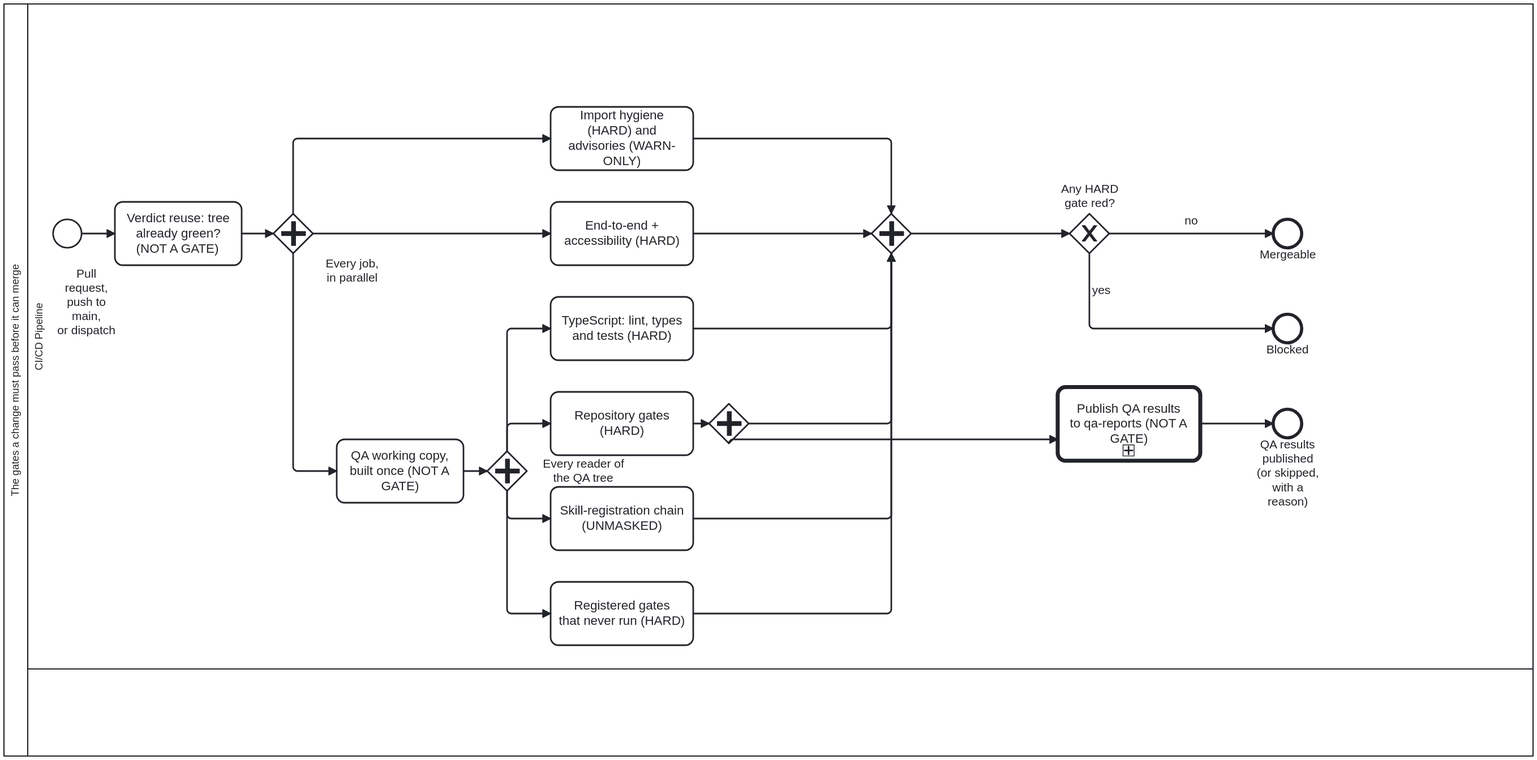
This is docs/assets/img/workflows/code-quality-gates.svg from litlfred/cat-harness, a BPMN export, as it was before one commit. Its source is kept beside it as processes/sdlc/code-quality-gates.bpmn. Ids are renumbered.
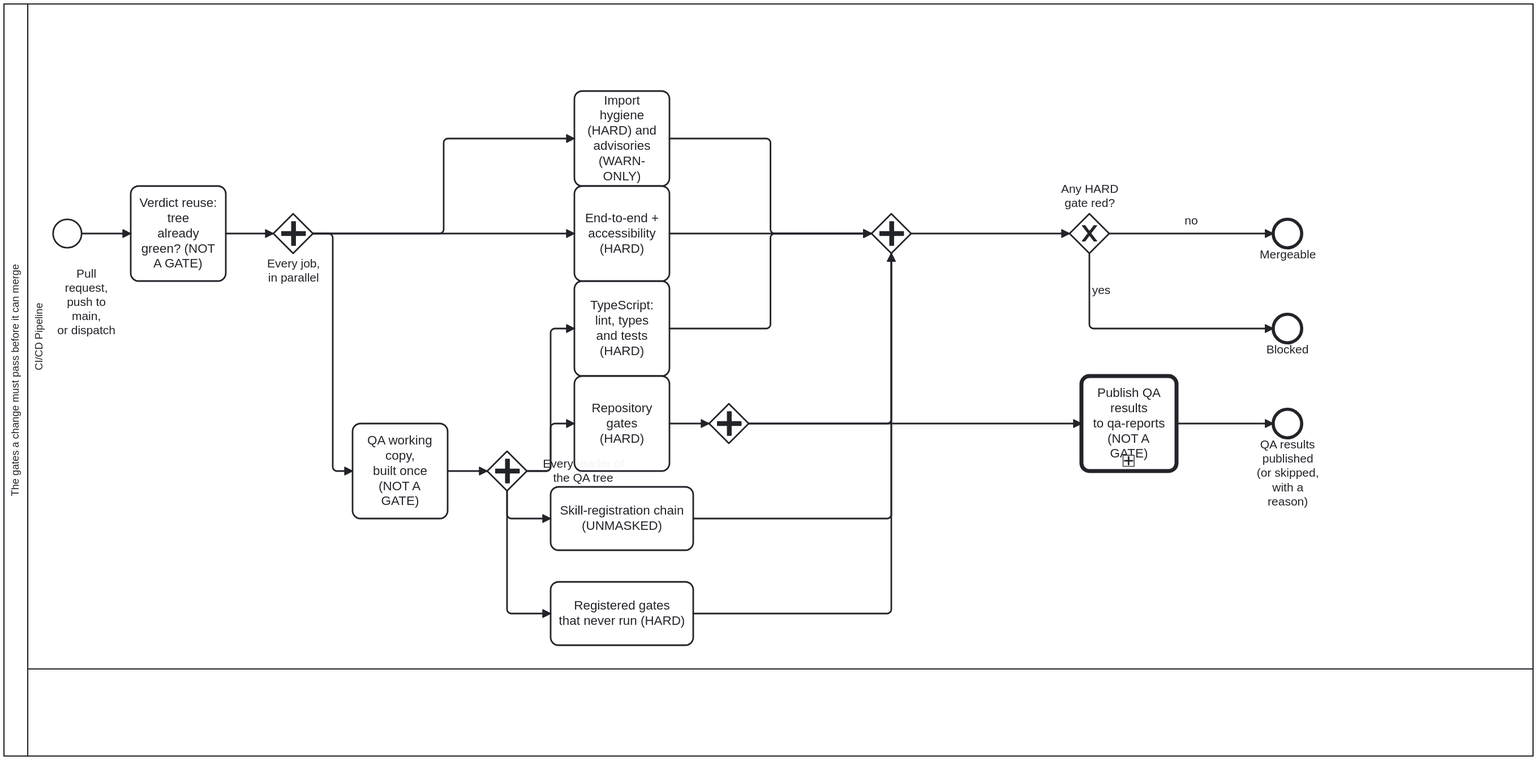
The same diagram one commit later.

Change to the diagram source:
```diff
@@ -202,35 +202,38 @@
       </bpmndi:BPMNShape>
       <bpmndi:BPMNShape id="Shape_Start_Change" bpmnElement="Start_Change">
         <dc:Bounds x="122" y="332" width="36" height="36" />
-        <bpmndi:BPMNLabel><dc:Bounds x="119" y="391.5" width="90" height="90" /></bpmndi:BPMNLabel>
-      </bpmndi:BPMNShape>
+
+      <bpmndi:BPMNLabel><dc:Bounds x="119" y="391.5" width="90" height="90" /></bpmndi:BPMNLabel></bpmndi:BPMNShape>
       <bpmndi:BPMNShape id="Shape_Task_VerdictReuse" bpmnElement="Task_VerdictReuse">
-        <dc:Bounds x="200" y="310" width="160" height="80" />
+        <dc:Bounds x="220" y="290" width="120" height="120" />
       </bpmndi:BPMNShape>
       <bpmndi:BPMNShape id="Shape_GW_Fork" bpmnElement="GW_Fork">
         <dc:Bounds x="400" y="325" width="50" height="50" />
 
-      <bpmndi:BPMNLabel><dc:Bounds x="454" y="379" width="90" height="36" /></bpmndi:BPMNLabel></bpmndi:BPMNShape>
+      <bpmndi:BPMNLabel><dc:Bounds x="380" y="379" width="90" height="36" /></bpmndi:BPMNLabel></bpmndi:BPMNShape>
       <bpmndi:BPMNShape id="Shape_Task_QaWorkingCopy" bpmnElement="Task_QaWorkingCopy">
-        <dc:Bounds x="480" y="610" width="160" height="80" />
+        <dc:Bounds x="500" y="590" width="120" height="120" />
       </bpmndi:BPMNShape>
       <bpmndi:BPMNShape id="Shape_GW_Readers" bpmnElement="GW_Readers">
         <dc:Bounds x="670" y="625" width="50" height="50" />
-        <bpmndi:BPMNLabel><dc:Bounds x="724" y="632" width="135" height="36" /></bpmndi:BPMNLabel>
-      </bpmndi:BPMNShape>
+
+      <bpmndi:BPMNLabel><dc:Bounds x="724" y="632" width="135" height="36" /></bpmndi:BPMNLabel></bpmndi:BPMNShape>
       <bpmndi:BPMNShape id="Shape_Task_Hygiene" bpmnElement="Task_Hygiene">
-        <dc:Bounds x="750" y="190" width="180" height="80" />
+        <dc:Bounds x="780" y="170" width="120" height="120" />
       </bpmndi:BPMNShape>
       <bpmndi:BPMNShape id="Shape_Task_E2E" bpmnElement="Task_E2E">
-        <dc:Bounds x="750" y="310" width="180" height="80" />
+        <dc:Bounds x="780" y="290" width="120" height="120" />
       </bpmndi:BPMNShape>
       <bpmndi:BPMNShape id="Shape_Task_TypeScript" bpmnElement="Task_TypeScript">
-        <dc:Bounds x="750" y="430" width="180" height="80" />
+        <dc:Bounds x="780" y="410" width="120" height="120" />
       </bpmndi:BPMNShape>
-      <bpmndi:BPMNShape id="Shape_Fork_RepositoryGates" bpmnElement="Fork_RepositoryGates"><dc:Bounds x="950" y="565" width="50" height="50"/></bpmndi:BPMNShape>
-      <bpmndi:BPMNEdge id="Edge_Flow_Fork_RepositoryGates" bpmnElement="Flow_Fork_RepositoryGates"><di:waypoint x="930" y="590"/><di:waypoint x="950" y="590"/></bpmndi:BPMNEdge>
+      <bpmndi:BPMNShape id="Shape_Fork_RepositoryGates" bpmnElement="Fork_RepositoryGates"><dc:Bounds x="950" y="565" width="50" height="50" /></bpmndi:BPMNShape>
+      <bpmndi:BPMNEdge id="Edge_Flow_Fork_RepositoryGates" bpmnElement="Flow_Fork_RepositoryGates">
+        <di:waypoint x="900" y="590" />
+        <di:waypoint x="950" y="590" />
+      </bpmndi:BPMNEdge>
       <bpmndi:BPMNShape id="Shape_Task_RepositoryGates" bpmnElement="Task_RepositoryGates">
-        <dc:Bounds x="750" y="550" width="180" height="80" />
+        <dc:Bounds x="780" y="530" width="120" height="120" />
       </bpmndi:BPMNShape>
       <bpmndi:BPMNShape id="Shape_Task_SkillChain" bpmnElement="Task_SkillChain">
         <dc:Bounds x="750" y="670" width="180" height="80" />
@@ -252,46 +255,50 @@
         <dc:Bounds x="1662" y="452" width="36" height="36" />
       </bpmndi:BPMNShape>
       <bpmndi:BPMNShape id="Shape_Task_QaPublish" bpmnElement="Task_QaPublish">
-        <dc:Bounds x="1390" y="543.5" width="180" height="93" />
+        <dc:Bounds x="1420" y="530" width="120" height="120" />
       </bpmndi:BPMNShape>
       <bpmndi:BPMNShape id="Shape_End_Published" bpmnElement="End_Published">
         <dc:Bounds x="1662" y="572" width="36" height="36" />
       </bpmndi:BPMNShape>
       <bpmndi:BPMNEdge id="Edge_Flow_0" bpmnElement="Flow_0">
-        <di:waypoint x="158" y="350"/>
-        <di:waypoint x="200" y="350"/>
+        <di:waypoint x="158" y="350" />
+        <di:waypoint x="220" y="350" />
       </bpmndi:BPMNEdge>
       <bpmndi:BPMNEdge id="Edge_Flow_24" bpmnElement="Flow_24">
-        <di:waypoint x="360" y="350"/>
-        <di:waypoint x="400" y="350"/>
+        <di:waypoint x="340" y="350" />
+        <di:waypoint x="400" y="350" />
       </bpmndi:BPMNEdge>
       <bpmndi:BPMNEdge id="Edge_Flow_1" bpmnElement="Flow_1">
-        <di:waypoint x="425" y="325"/>
-        <di:waypoint x="425" y="230"/>
-        <di:waypoint x="750" y="230"/>
+        <di:waypoint x="450" y="350" />
+        <di:waypoint x="615" y="350" />
+        <di:waypoint x="615" y="230" />
+        <di:waypoint x="780" y="230" />
       </bpmndi:BPMNEdge>
       <bpmndi:BPMNEdge id="Edge_Flow_4" bpmnElement="Flow_4">
-        <di:waypoint x="450" y="350"/>
-        <di:waypoint x="750" y="350"/>
+        <di:waypoint x="450" y="350" />
+        <di:waypoint x="780" y="350" />
       </bpmndi:BPMNEdge>
       <bpmndi:BPMNEdge id="Edge_Flow_25" bpmnElement="Flow_25">
-        <di:waypoint x="425" y="375"/>
-        <di:waypoint x="425" y="650"/>
-        <di:waypoint x="480" y="650"/>
+        <di:waypoint x="450" y="350" />
+        <di:waypoint x="475" y="350" />
+        <di:waypoint x="475" y="650" />
+        <di:waypoint x="500" y="650" />
       </bpmndi:BPMNEdge>
       <bpmndi:BPMNEdge id="Edge_Flow_26" bpmnElement="Flow_26">
-        <di:waypoint x="640" y="650"/>
-        <di:waypoint x="670" y="650"/>
+        <di:waypoint x="620" y="650" />
+        <di:waypoint x="670" y="650" />
       </bpmndi:BPMNEdge>
       <bpmndi:BPMNEdge id="Edge_Flow_3" bpmnElement="Flow_3">
-        <di:waypoint x="695" y="625"/>
-        <di:waypoint x="695" y="470"/>
-        <di:waypoint x="750" y="470"/>
+        <di:waypoint x="720" y="650" />
+        <di:waypoint x="750" y="650" />
+        <di:waypoint x="750" y="470" />
+        <di:waypoint x="780" y="470" />
       </bpmndi:BPMNEdge>
       <bpmndi:BPMNEdge id="Edge_Flow_16" bpmnElement="Flow_16">
-        <di:waypoint x="695" y="625"/>
-        <di:waypoint x="695" y="590"/>
-        <di:waypoint x="750" y="590"/>
+        <di:waypoint x="720" y="650" />
+        <di:waypoint x="750" y="650" />
+        <di:waypoint x="750" y="590" />
+        <di:waypoint x="780" y="590" />
       </bpmndi:BPMNEdge>
       <bpmndi:BPMNEdge id="Edge_Flow_18" bpmnElement="Flow_18">
         <di:waypoint x="695" y="675"/>
@@ -304,18 +311,20 @@
         <di:waypoint x="750" y="830"/>
       </bpmndi:BPMNEdge>
       <bpmndi:BPMNEdge id="Edge_Flow_6" bpmnElement="Flow_6">
-        <di:waypoint x="930" y="230"/>
-        <di:waypoint x="1180" y="230"/>
-        <di:waypoint x="1180" y="325"/>
+        <di:waypoint x="900" y="230" />
+        <di:waypoint x="1027.5" y="230" />
+        <di:waypoint x="1027.5" y="350" />
+        <di:waypoint x="1155" y="350" />
       </bpmndi:BPMNEdge>
       <bpmndi:BPMNEdge id="Edge_Flow_9" bpmnElement="Flow_9">
-        <di:waypoint x="930" y="350"/>
-        <di:waypoint x="1155" y="350"/>
+        <di:waypoint x="900" y="350" />
+        <di:waypoint x="1155" y="350" />
       </bpmndi:BPMNEdge>
       <bpmndi:BPMNEdge id="Edge_Flow_8" bpmnElement="Flow_8">
-        <di:waypoint x="930" y="470"/>
-        <di:waypoint x="1180" y="470"/>
-        <di:waypoint x="1180" y="375"/>
+        <di:waypoint x="900" y="470" />
+        <di:waypoint x="1027.5" y="470" />
+        <di:waypoint x="1027.5" y="350" />
+        <di:waypoint x="1155" y="350" />
       </bpmndi:BPMNEdge>
       <bpmndi:BPMNEdge id="Edge_Flow_17" bpmnElement="Flow_17">
         <di:waypoint x="1000" y="590"/>
@@ -346,11 +355,11 @@
         <di:waypoint x="1662" y="470"/>
       </bpmndi:BPMNEdge>
       <bpmndi:BPMNEdge id="Edge_Flow_22" bpmnElement="Flow_22">
-        <di:waypoint x="975" y="615"/><di:waypoint x="975" y="610"/>
-        <di:waypoint x="1390" y="610" />
+        <di:waypoint x="1000" y="590" />
+        <di:waypoint x="1420" y="590" />
       </bpmndi:BPMNEdge>
       <bpmndi:BPMNEdge id="Edge_Flow_23" bpmnElement="Flow_23">
-        <di:waypoint x="1570" y="590" />
+        <di:waypoint x="1540" y="590" />
         <di:waypoint x="1662" y="590" />
       </bpmndi:BPMNEdge>
     </bpmndi:BPMNPlane>
```
